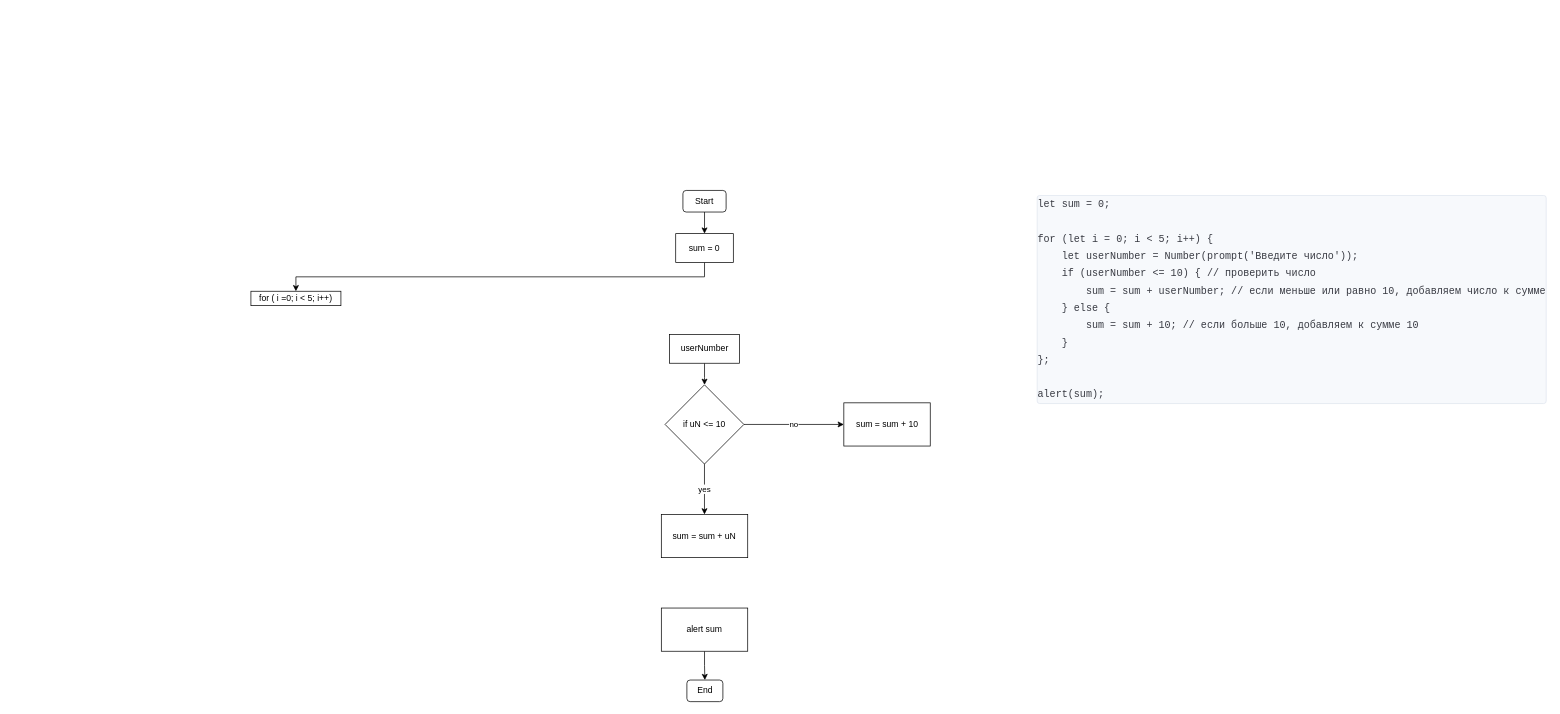
Before: loop.drawio in NatPopstar/Yandex.Praktikum, a draw.io diagram. Source tidied: cells renumbered, new cells numbered last; positions are measured from the earlier drawing's top-left corner, leaving out a move shared by most shapes. Both pictures are drawn from the tidied source at 72%, with x=0, y=0 at pixel (251, 190).
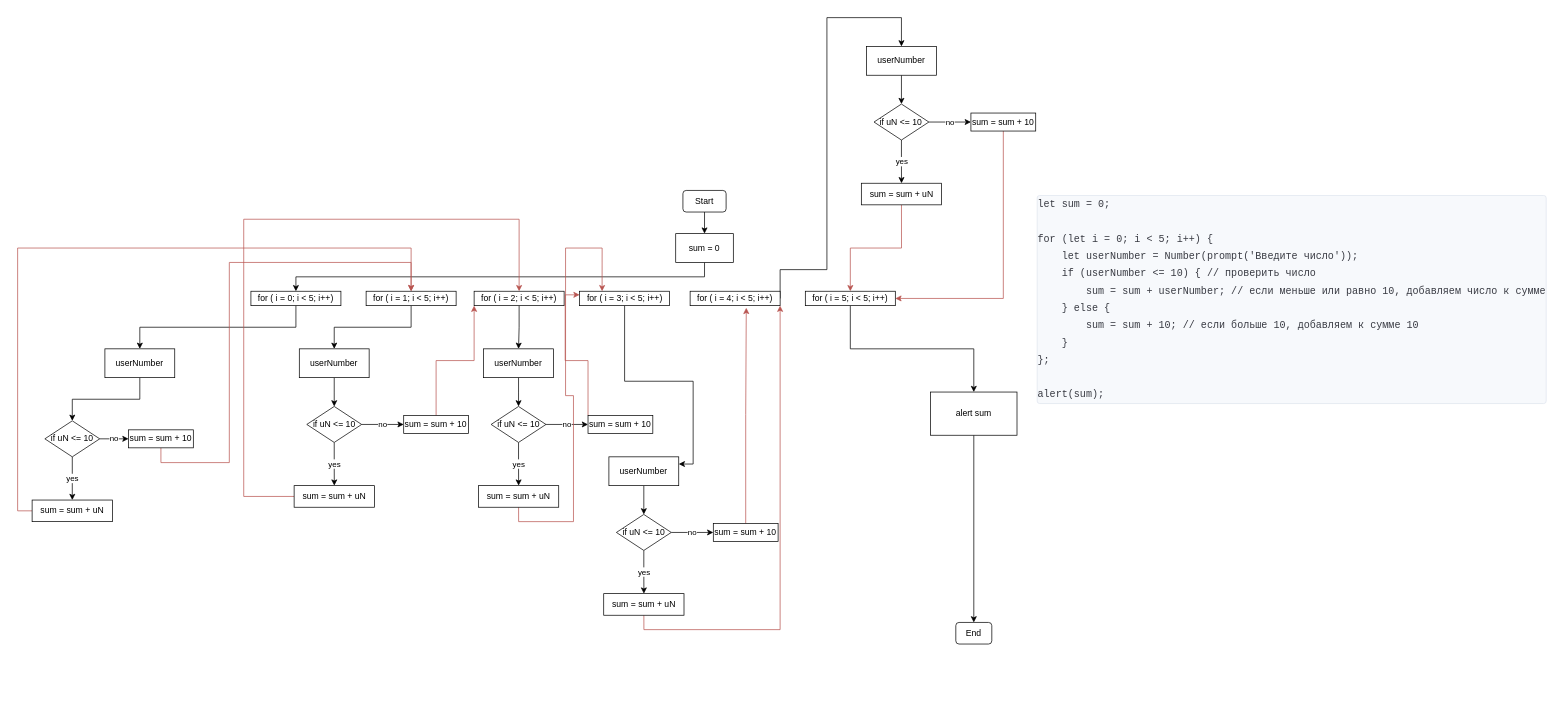
The same page after the edit.

What changed in the source:
```diff
@@
+    <mxCell id="18" style="edgeStyle=orthogonalEdgeStyle;rounded=0;jettySize=auto;html=1;exitX=0.5;exitY=1;exitDx=0;exitDy=0;" parent="1" edge="1" source="7" target="9">
+      <mxGeometry relative="1" as="geometry" />
+    </mxCell>
-    <mxCell id="7" value="for ( i =0; i &amp;lt; 5; i++)" style="rounded=0;whiteSpace=wrap;html=1;" parent="1" vertex="1">
+    <mxCell id="7" value="for ( i = 0; i &amp;lt; 5; i++)" style="rounded=0;whiteSpace=wrap;html=1;" parent="1" vertex="1">
       <mxGeometry y="140" width="125" height="20" as="geometry" />
     </mxCell>
@@
     <mxCell id="9" value="userNumber" style="rounded=0;whiteSpace=wrap;html=1;" parent="1" vertex="1">
-      <mxGeometry x="581.5" y="200" width="97" height="40" as="geometry" />
+      <mxGeometry x="-202.8" y="220" width="97" height="40" as="geometry" />
     </mxCell>
@@
     <mxCell id="12" value="if uN &amp;lt;= 10" style="rhombus;whiteSpace=wrap;html=1;" parent="1" vertex="1">
-      <mxGeometry x="575.2" y="270" width="109.5" height="110" as="geometry" />
+      <mxGeometry x="-286.2" y="320" width="76.2" height="50" as="geometry" />
     </mxCell>
+    <mxCell id="19" style="edgeStyle=orthogonalEdgeStyle;rounded=0;jettySize=auto;html=1;exitX=0;exitY=0.5;exitDx=0;exitDy=0;entryX=0.5;entryY=0;entryDx=0;entryDy=0;fillColor=#f8cecc;strokeColor=#b85450;" parent="1" edge="1" source="13" target="22">
+      <mxGeometry relative="1" as="geometry">
+        <Array as="points">
+          <mxPoint x="-324" y="445" />
+          <mxPoint x="-324" y="80" />
+          <mxPoint x="223" y="80" />
+        </Array>
+      </mxGeometry>
+    </mxCell>
     <mxCell id="13" value="sum = sum + uN" style="rounded=0;whiteSpace=wrap;html=1;" parent="1" vertex="1">
-      <mxGeometry x="570" y="450" width="120" height="60" as="geometry" />
+      <mxGeometry x="-303.9" y="430" width="111.5" height="30" as="geometry" />
     </mxCell>
@@
     <mxCell id="15" value="alert sum" style="rounded=0;whiteSpace=wrap;html=1;" parent="1" vertex="1">
-      <mxGeometry x="570" y="580" width="120" height="60" as="geometry" />
+      <mxGeometry x="944" y="280" width="120" height="60" as="geometry" />
     </mxCell>
     <mxCell id="16" value="End" style="rounded=1;whiteSpace=wrap;html=1;" parent="1" vertex="1">
-      <mxGeometry x="605.5" y="680" width="50" height="30" as="geometry" />
+      <mxGeometry x="979" y="600" width="50" height="30" as="geometry" />
     </mxCell>
+    <mxCell id="20" style="edgeStyle=orthogonalEdgeStyle;rounded=0;jettySize=auto;html=1;exitX=0.5;exitY=1;exitDx=0;exitDy=0;entryX=0.5;entryY=0;entryDx=0;entryDy=0;fillColor=#f8cecc;strokeColor=#b85450;" parent="1" edge="1" source="17" target="22">
+      <mxGeometry relative="1" as="geometry">
+        <Array as="points">
+          <mxPoint x="-125" y="378" />
+          <mxPoint x="-30" y="378" />
+          <mxPoint x="-30" y="100" />
+          <mxPoint x="223" y="100" />
+        </Array>
+      </mxGeometry>
+    </mxCell>
     <mxCell id="17" value="sum = sum + 10" style="rounded=0;whiteSpace=wrap;html=1;" parent="1" vertex="1">
-      <mxGeometry x="823.5" y="295" width="120" height="60" as="geometry" />
+      <mxGeometry x="-170" y="332.5" width="90" height="25" as="geometry" />
     </mxCell>
+    <mxCell id="21" style="edgeStyle=orthogonalEdgeStyle;rounded=0;jettySize=auto;html=1;exitX=0.5;exitY=1;exitDx=0;exitDy=0;entryX=0.5;entryY=0;entryDx=0;entryDy=0;" parent="1" edge="1" source="22" target="32">
+      <mxGeometry relative="1" as="geometry" />
+    </mxCell>
+    <mxCell id="22" value="for ( i = 1; i &amp;lt; 5; i++)" style="rounded=0;whiteSpace=wrap;html=1;" parent="1" vertex="1">
+      <mxGeometry x="160" y="140" width="125" height="20" as="geometry" />
+    </mxCell>
+    <mxCell id="23" style="edgeStyle=orthogonalEdgeStyle;rounded=0;jettySize=auto;html=1;exitX=0.5;exitY=1;exitDx=0;exitDy=0;entryX=0.5;entryY=0;entryDx=0;entryDy=0;" parent="1" edge="1" source="24" target="41">
+      <mxGeometry relative="1" as="geometry" />
+    </mxCell>
+    <mxCell id="24" value="for ( i = 2; i &amp;lt; 5; i++)" style="rounded=0;whiteSpace=wrap;html=1;" parent="1" vertex="1">
+      <mxGeometry x="310" y="140" width="125" height="20" as="geometry" />
+    </mxCell>
+    <mxCell id="25" style="edgeStyle=orthogonalEdgeStyle;rounded=0;jettySize=auto;html=1;exitX=0.5;exitY=1;exitDx=0;exitDy=0;entryX=1;entryY=0.25;entryDx=0;entryDy=0;" parent="1" edge="1" source="26" target="50">
+      <mxGeometry relative="1" as="geometry" />
+    </mxCell>
+    <mxCell id="26" value="for ( i = 3; i &amp;lt; 5; i++)" style="rounded=0;whiteSpace=wrap;html=1;" parent="1" vertex="1">
+      <mxGeometry x="456.5" y="140" width="125" height="20" as="geometry" />
+    </mxCell>
+    <mxCell id="27" style="edgeStyle=orthogonalEdgeStyle;rounded=0;jettySize=auto;html=1;exitX=1;exitY=0.5;exitDx=0;exitDy=0;entryX=0.5;entryY=0;entryDx=0;entryDy=0;" parent="1" edge="1" source="28" target="59">
+      <mxGeometry relative="1" as="geometry">
+        <Array as="points">
+          <mxPoint x="735" y="110" />
+          <mxPoint x="800" y="110" />
+          <mxPoint x="800" y="-240" />
+          <mxPoint x="904" y="-240" />
+        </Array>
+      </mxGeometry>
+    </mxCell>
+    <mxCell id="28" value="for ( i = 4; i &amp;lt; 5; i++)" style="rounded=0;whiteSpace=wrap;html=1;" parent="1" vertex="1">
+      <mxGeometry x="610" y="140" width="125" height="20" as="geometry" />
+    </mxCell>
+    <mxCell id="29" style="edgeStyle=orthogonalEdgeStyle;rounded=0;jettySize=auto;html=1;exitX=0.5;exitY=1;exitDx=0;exitDy=0;" parent="1" edge="1" source="30" target="15">
+      <mxGeometry relative="1" as="geometry" />
+    </mxCell>
+    <mxCell id="30" value="for ( i = 5; i &amp;lt; 5; i++)" style="rounded=0;whiteSpace=wrap;html=1;" parent="1" vertex="1">
+      <mxGeometry x="770" y="140" width="125" height="20" as="geometry" />
+    </mxCell>
+    <mxCell id="31" style="edgeStyle=orthogonalEdgeStyle;rounded=0;jettySize=auto;html=1;exitX=0.5;exitY=1;exitDx=0;exitDy=0;" parent="1" edge="1" source="32" target="35">
+      <mxGeometry relative="1" as="geometry" />
+    </mxCell>
+    <mxCell id="32" value="userNumber" style="rounded=0;whiteSpace=wrap;html=1;" parent="1" vertex="1">
+      <mxGeometry x="67.2" y="220" width="97" height="40" as="geometry" />
+    </mxCell>
+    <mxCell id="33" value="yes" style="edgeStyle=orthogonalEdgeStyle;rounded=0;jettySize=auto;html=1;exitX=0.5;exitY=1;exitDx=0;exitDy=0;" parent="1" edge="1" source="35" target="37">
+      <mxGeometry relative="1" as="geometry" />
+    </mxCell>
+    <mxCell id="34" value="no" style="edgeStyle=orthogonalEdgeStyle;rounded=0;jettySize=auto;html=1;exitX=1;exitY=0.5;exitDx=0;exitDy=0;" parent="1" edge="1" source="35" target="39">
+      <mxGeometry relative="1" as="geometry" />
+    </mxCell>
+    <mxCell id="35" value="if uN &amp;lt;= 10" style="rhombus;whiteSpace=wrap;html=1;" parent="1" vertex="1">
+      <mxGeometry x="77.6" y="300" width="76.2" height="50" as="geometry" />
+    </mxCell>
+    <mxCell id="36" style="edgeStyle=orthogonalEdgeStyle;rounded=0;jettySize=auto;html=1;exitX=0;exitY=0.5;exitDx=0;exitDy=0;entryX=0.5;entryY=0;entryDx=0;entryDy=0;fillColor=#f8cecc;strokeColor=#b85450;" parent="1" edge="1" source="37" target="24">
+      <mxGeometry relative="1" as="geometry">
+        <Array as="points">
+          <mxPoint x="-10" y="425" />
+          <mxPoint x="-10" y="40" />
+          <mxPoint x="373" y="40" />
+        </Array>
+      </mxGeometry>
+    </mxCell>
+    <mxCell id="37" value="sum = sum + uN" style="rounded=0;whiteSpace=wrap;html=1;" parent="1" vertex="1">
+      <mxGeometry x="60" y="410" width="111.5" height="30" as="geometry" />
+    </mxCell>
+    <mxCell id="38" style="edgeStyle=orthogonalEdgeStyle;rounded=0;jettySize=auto;html=1;exitX=0.5;exitY=0;exitDx=0;exitDy=0;entryX=0;entryY=1;entryDx=0;entryDy=0;fillColor=#f8cecc;strokeColor=#b85450;" parent="1" edge="1" source="39" target="24">
+      <mxGeometry relative="1" as="geometry" />
+    </mxCell>
+    <mxCell id="39" value="sum = sum + 10" style="rounded=0;whiteSpace=wrap;html=1;" parent="1" vertex="1">
+      <mxGeometry x="212.2" y="312.5" width="90" height="25" as="geometry" />
+    </mxCell>
+    <mxCell id="40" style="edgeStyle=orthogonalEdgeStyle;rounded=0;jettySize=auto;html=1;exitX=0.5;exitY=1;exitDx=0;exitDy=0;" parent="1" edge="1" source="41" target="44">
+      <mxGeometry relative="1" as="geometry" />
+    </mxCell>
+    <mxCell id="41" value="userNumber" style="rounded=0;whiteSpace=wrap;html=1;" parent="1" vertex="1">
+      <mxGeometry x="323.2" y="220" width="97" height="40" as="geometry" />
+    </mxCell>
+    <mxCell id="42" value="yes" style="edgeStyle=orthogonalEdgeStyle;rounded=0;jettySize=auto;html=1;exitX=0.5;exitY=1;exitDx=0;exitDy=0;" parent="1" edge="1" source="44" target="46">
+      <mxGeometry relative="1" as="geometry" />
+    </mxCell>
+    <mxCell id="43" value="no" style="edgeStyle=orthogonalEdgeStyle;rounded=0;jettySize=auto;html=1;exitX=1;exitY=0.5;exitDx=0;exitDy=0;" parent="1" edge="1" source="44" target="48">
+      <mxGeometry relative="1" as="geometry" />
+    </mxCell>
+    <mxCell id="44" value="if uN &amp;lt;= 10" style="rhombus;whiteSpace=wrap;html=1;" parent="1" vertex="1">
+      <mxGeometry x="333.6" y="300" width="76.2" height="50" as="geometry" />
+    </mxCell>
+    <mxCell id="45" style="edgeStyle=orthogonalEdgeStyle;rounded=0;jettySize=auto;html=1;exitX=0.5;exitY=1;exitDx=0;exitDy=0;entryX=0.25;entryY=0;entryDx=0;entryDy=0;fillColor=#f8cecc;strokeColor=#b85450;" parent="1" edge="1" source="46" target="26">
+      <mxGeometry relative="1" as="geometry">
+        <Array as="points">
+          <mxPoint x="372" y="460" />
+          <mxPoint x="448" y="460" />
+          <mxPoint x="448" y="285" />
+          <mxPoint x="437" y="285" />
+          <mxPoint x="437" y="80" />
+          <mxPoint x="488" y="80" />
+        </Array>
+      </mxGeometry>
+    </mxCell>
+    <mxCell id="46" value="sum = sum + uN" style="rounded=0;whiteSpace=wrap;html=1;" parent="1" vertex="1">
+      <mxGeometry x="316" y="410" width="111.5" height="30" as="geometry" />
+    </mxCell>
+    <mxCell id="47" style="edgeStyle=orthogonalEdgeStyle;rounded=0;jettySize=auto;html=1;exitX=0;exitY=0;exitDx=0;exitDy=0;entryX=0;entryY=0.25;entryDx=0;entryDy=0;fillColor=#f8cecc;strokeColor=#b85450;" parent="1" edge="1" source="48" target="26">
+      <mxGeometry relative="1" as="geometry" />
+    </mxCell>
+    <mxCell id="48" value="sum = sum + 10" style="rounded=0;whiteSpace=wrap;html=1;" parent="1" vertex="1">
+      <mxGeometry x="468.2" y="312.5" width="90" height="25" as="geometry" />
+    </mxCell>
+    <mxCell id="49" style="edgeStyle=orthogonalEdgeStyle;rounded=0;jettySize=auto;html=1;exitX=0.5;exitY=1;exitDx=0;exitDy=0;" parent="1" edge="1" source="50" target="53">
+      <mxGeometry relative="1" as="geometry" />
+    </mxCell>
+    <mxCell id="50" value="userNumber" style="rounded=0;whiteSpace=wrap;html=1;" parent="1" vertex="1">
+      <mxGeometry x="497.2" y="370" width="97" height="40" as="geometry" />
+    </mxCell>
+    <mxCell id="51" value="yes" style="edgeStyle=orthogonalEdgeStyle;rounded=0;jettySize=auto;html=1;exitX=0.5;exitY=1;exitDx=0;exitDy=0;" parent="1" edge="1" source="53" target="55">
+      <mxGeometry relative="1" as="geometry" />
+    </mxCell>
+    <mxCell id="52" value="no" style="edgeStyle=orthogonalEdgeStyle;rounded=0;jettySize=auto;html=1;exitX=1;exitY=0.5;exitDx=0;exitDy=0;" parent="1" edge="1" source="53" target="57">
+      <mxGeometry relative="1" as="geometry" />
+    </mxCell>
+    <mxCell id="53" value="if uN &amp;lt;= 10" style="rhombus;whiteSpace=wrap;html=1;" parent="1" vertex="1">
+      <mxGeometry x="507.6" y="450" width="76.2" height="50" as="geometry" />
+    </mxCell>
+    <mxCell id="54" style="edgeStyle=orthogonalEdgeStyle;rounded=0;jettySize=auto;html=1;exitX=0.5;exitY=1;exitDx=0;exitDy=0;entryX=1;entryY=1;entryDx=0;entryDy=0;fillColor=#f8cecc;strokeColor=#b85450;" parent="1" edge="1" source="55" target="28">
+      <mxGeometry relative="1" as="geometry" />
+    </mxCell>
+    <mxCell id="55" value="sum = sum + uN" style="rounded=0;whiteSpace=wrap;html=1;" parent="1" vertex="1">
+      <mxGeometry x="490" y="560" width="111.5" height="30" as="geometry" />
+    </mxCell>
+    <mxCell id="56" style="edgeStyle=orthogonalEdgeStyle;rounded=0;jettySize=auto;html=1;exitX=0.5;exitY=0;exitDx=0;exitDy=0;entryX=0.624;entryY=1.15;entryDx=0;entryDy=0;entryPerimeter=0;fillColor=#f8cecc;strokeColor=#b85450;" parent="1" edge="1" source="57" target="28">
+      <mxGeometry relative="1" as="geometry" />
+    </mxCell>
+    <mxCell id="57" value="sum = sum + 10" style="rounded=0;whiteSpace=wrap;html=1;" parent="1" vertex="1">
+      <mxGeometry x="642.2" y="462.5" width="90" height="25" as="geometry" />
+    </mxCell>
+    <mxCell id="58" style="edgeStyle=orthogonalEdgeStyle;rounded=0;jettySize=auto;html=1;exitX=0.5;exitY=1;exitDx=0;exitDy=0;" parent="1" edge="1" source="59" target="62">
+      <mxGeometry relative="1" as="geometry" />
+    </mxCell>
+    <mxCell id="59" value="userNumber" style="rounded=0;whiteSpace=wrap;html=1;" parent="1" vertex="1">
+      <mxGeometry x="855" y="-200" width="97" height="40" as="geometry" />
+    </mxCell>
+    <mxCell id="60" value="yes" style="edgeStyle=orthogonalEdgeStyle;rounded=0;jettySize=auto;html=1;exitX=0.5;exitY=1;exitDx=0;exitDy=0;" parent="1" edge="1" source="62" target="64">
+      <mxGeometry relative="1" as="geometry" />
+    </mxCell>
+    <mxCell id="61" value="no" style="edgeStyle=orthogonalEdgeStyle;rounded=0;jettySize=auto;html=1;exitX=1;exitY=0.5;exitDx=0;exitDy=0;" parent="1" edge="1" source="62" target="66">
+      <mxGeometry relative="1" as="geometry" />
+    </mxCell>
+    <mxCell id="62" value="if uN &amp;lt;= 10" style="rhombus;whiteSpace=wrap;html=1;" parent="1" vertex="1">
+      <mxGeometry x="865.4" y="-120" width="76.2" height="50" as="geometry" />
+    </mxCell>
+    <mxCell id="63" style="edgeStyle=orthogonalEdgeStyle;rounded=0;jettySize=auto;html=1;exitX=0.5;exitY=1;exitDx=0;exitDy=0;entryX=0.5;entryY=0;entryDx=0;entryDy=0;fillColor=#f8cecc;strokeColor=#b85450;" parent="1" edge="1" source="64" target="30">
+      <mxGeometry relative="1" as="geometry" />
+    </mxCell>
+    <mxCell id="64" value="sum = sum + uN" style="rounded=0;whiteSpace=wrap;html=1;" parent="1" vertex="1">
+      <mxGeometry x="847.8" y="-10" width="111.5" height="30" as="geometry" />
+    </mxCell>
+    <mxCell id="65" style="edgeStyle=orthogonalEdgeStyle;rounded=0;jettySize=auto;html=1;exitX=0.5;exitY=1;exitDx=0;exitDy=0;entryX=1;entryY=0.5;entryDx=0;entryDy=0;fillColor=#f8cecc;strokeColor=#b85450;" parent="1" edge="1" source="66" target="30">
+      <mxGeometry relative="1" as="geometry" />
+    </mxCell>
+    <mxCell id="66" value="sum = sum + 10" style="rounded=0;whiteSpace=wrap;html=1;" parent="1" vertex="1">
+      <mxGeometry x="1000" y="-107.5" width="90" height="25" as="geometry" />
+    </mxCell>
```
